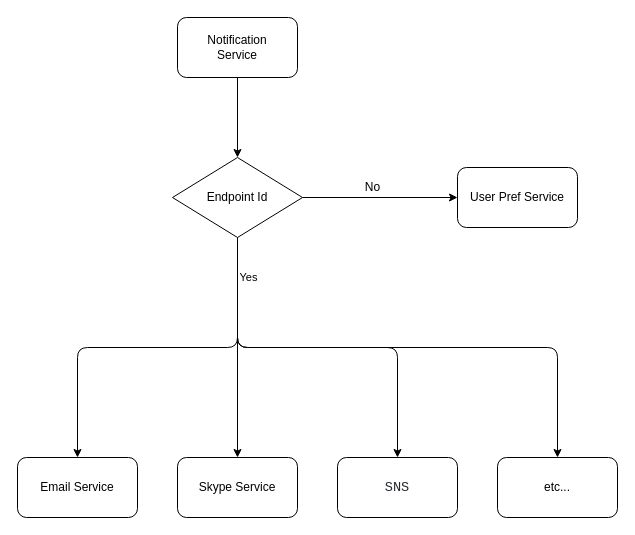
The draw.io diagram page "Workflow" (3 of 4) of Drawings/NotificationService/NotificationService.drawio in RMSLowside/rmslow, before the edit. Source tidied: cells renumbered, new cells numbered last; positions are measured from the earlier drawing's top-left corner, leaving out a move shared by most shapes. Both pictures are drawn from the tidied source at 100%, with x=0, y=0 at pixel (17, 17).
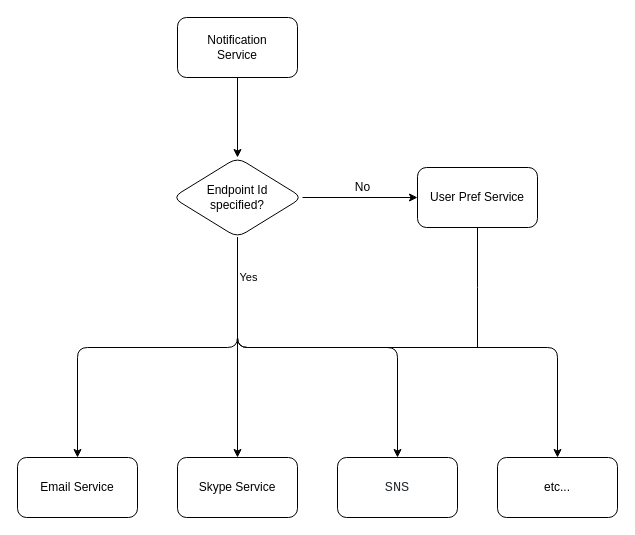
Above is the later version.

Diff of the diagram source:
```diff
@@
 <mxGraphModel>
   <root>
     <mxCell id="0" />
     <mxCell id="1" parent="0" />
     <mxCell id="2" style="edgeStyle=orthogonalEdgeStyle;jettySize=auto;html=1;exitX=0.5;exitY=1;exitDx=0;exitDy=0;" parent="1" edge="1" source="15" target="9">
       <mxGeometry relative="1" as="geometry" />
     </mxCell>
     <mxCell id="3" style="edgeStyle=orthogonalEdgeStyle;jettySize=auto;html=1;exitX=0.5;exitY=1;exitDx=0;exitDy=0;" parent="1" edge="1" source="15" target="10">
       <mxGeometry relative="1" as="geometry" />
     </mxCell>
     <mxCell id="4" style="edgeStyle=orthogonalEdgeStyle;jettySize=auto;html=1;exitX=0.5;exitY=1;exitDx=0;exitDy=0;" parent="1" edge="1" source="15" target="11">
       <mxGeometry relative="1" as="geometry" />
     </mxCell>
     <mxCell id="5" style="edgeStyle=orthogonalEdgeStyle;jettySize=auto;html=1;exitX=0.5;exitY=1;exitDx=0;exitDy=0;entryX=0.5;entryY=0;entryDx=0;entryDy=0;" parent="1" edge="1" source="15" target="12">
       <mxGeometry relative="1" as="geometry" />
     </mxCell>
-    <mxCell id="6" value="Yes" style="edgeLabel;html=1;align=center;verticalAlign=middle;" parent="5" vertex="1">
+    <mxCell id="6" value="Yes" style="edgeLabel;html=1;align=center;verticalAlign=middle;rounded=1;" parent="5" vertex="1">
       <mxGeometry x="-0.71" y="-2" relative="1" as="geometry">
         <mxPoint x="12" y="-39" as="offset" />
       </mxGeometry>
     </mxCell>
-    <mxCell id="7" style="edgeStyle=orthogonalEdgeStyle;rounded=0;jettySize=auto;html=1;exitX=1;exitY=0.5;exitDx=0;exitDy=0;" parent="1" edge="1" source="15" target="13">
+    <mxCell id="7" style="edgeStyle=orthogonalEdgeStyle;jettySize=auto;html=1;exitX=1;exitY=0.5;exitDx=0;exitDy=0;" parent="1" edge="1" source="15" target="13">
       <mxGeometry relative="1" as="geometry" />
     </mxCell>
     <mxCell id="8" value="Notification &lt;br&gt;Service" style="whiteSpace=wrap;html=1;rounded=1;" parent="1" vertex="1">
       <mxGeometry x="160" width="120" height="60" as="geometry" />
     </mxCell>
     <mxCell id="9" value="Email Service" style="whiteSpace=wrap;html=1;rounded=1;" parent="1" vertex="1">
       <mxGeometry y="440" width="120" height="60" as="geometry" />
     </mxCell>
     <mxCell id="10" value="Skype Service" style="whiteSpace=wrap;html=1;rounded=1;" parent="1" vertex="1">
       <mxGeometry x="160" y="440" width="120" height="60" as="geometry" />
     </mxCell>
     <mxCell id="11" value="&lt;pre style=&quot;box-sizing: border-box ; font-family: , &amp;#34;consolas&amp;#34; , &amp;#34;liberation mono&amp;#34; , &amp;#34;menlo&amp;#34; , monospace ; font-size: 13.6px ; margin-top: 0px ; margin-bottom: 0px ; overflow-wrap: normal ; padding: 16px ; overflow: auto ; line-height: 1.45 ; border-radius: 6px ; word-break: normal ; color: rgb(36 , 41 , 46)&quot;&gt;&lt;span class=&quot;pl-s&quot; style=&quot;box-sizing: border-box&quot;&gt;SNS&lt;/span&gt;&lt;/pre&gt;" style="whiteSpace=wrap;html=1;rounded=1;" parent="1" vertex="1">
       <mxGeometry x="320" y="440" width="120" height="60" as="geometry" />
     </mxCell>
     <mxCell id="12" value="etc..." style="whiteSpace=wrap;html=1;rounded=1;" parent="1" vertex="1">
       <mxGeometry x="480" y="440" width="120" height="60" as="geometry" />
     </mxCell>
+    <mxCell id="17" style="edgeStyle=orthogonalEdgeStyle;rounded=0;jettySize=auto;html=1;endArrow=none;endFill=0;" parent="1" edge="1" source="13">
+      <mxGeometry relative="1" as="geometry">
+        <mxPoint x="460" y="330" as="targetPoint" />
+      </mxGeometry>
+    </mxCell>
     <mxCell id="13" value="User Pref Service" style="whiteSpace=wrap;html=1;rounded=1;" parent="1" vertex="1">
-      <mxGeometry x="440" y="150" width="120" height="60" as="geometry" />
+      <mxGeometry x="400" y="150" width="120" height="60" as="geometry" />
     </mxCell>
-    <mxCell id="14" style="edgeStyle=orthogonalEdgeStyle;rounded=0;jettySize=auto;html=1;entryX=0.5;entryY=1;entryDx=0;entryDy=0;exitX=0.5;exitY=0;exitDx=0;exitDy=0;endArrow=none;endFill=0;startArrow=classic;startFill=1;" parent="1" edge="1" source="15" target="8">
+    <mxCell id="14" style="edgeStyle=orthogonalEdgeStyle;jettySize=auto;html=1;entryX=0.5;entryY=1;entryDx=0;entryDy=0;exitX=0.5;exitY=0;exitDx=0;exitDy=0;endArrow=none;endFill=0;startArrow=classic;startFill=1;" parent="1" edge="1" source="15" target="8">
       <mxGeometry relative="1" as="geometry" />
     </mxCell>
-    <mxCell id="15" value="Endpoint Id" style="rhombus;whiteSpace=wrap;html=1;" parent="1" vertex="1">
+    <mxCell id="15" value="Endpoint Id &lt;br&gt;specified?" style="rhombus;whiteSpace=wrap;html=1;rounded=1;" parent="1" vertex="1">
       <mxGeometry x="155" y="140" width="130" height="80" as="geometry" />
     </mxCell>
-    <mxCell id="16" value="No" style="text;html=1;align=center;verticalAlign=middle;" parent="1" vertex="1">
-      <mxGeometry x="340" y="160" width="30" height="20" as="geometry" />
+    <mxCell id="16" value="No" style="text;html=1;align=center;verticalAlign=middle;rounded=1;" parent="1" vertex="1">
+      <mxGeometry x="330" y="160" width="30" height="20" as="geometry" />
     </mxCell>
   </root>
 </mxGraphModel>
```
